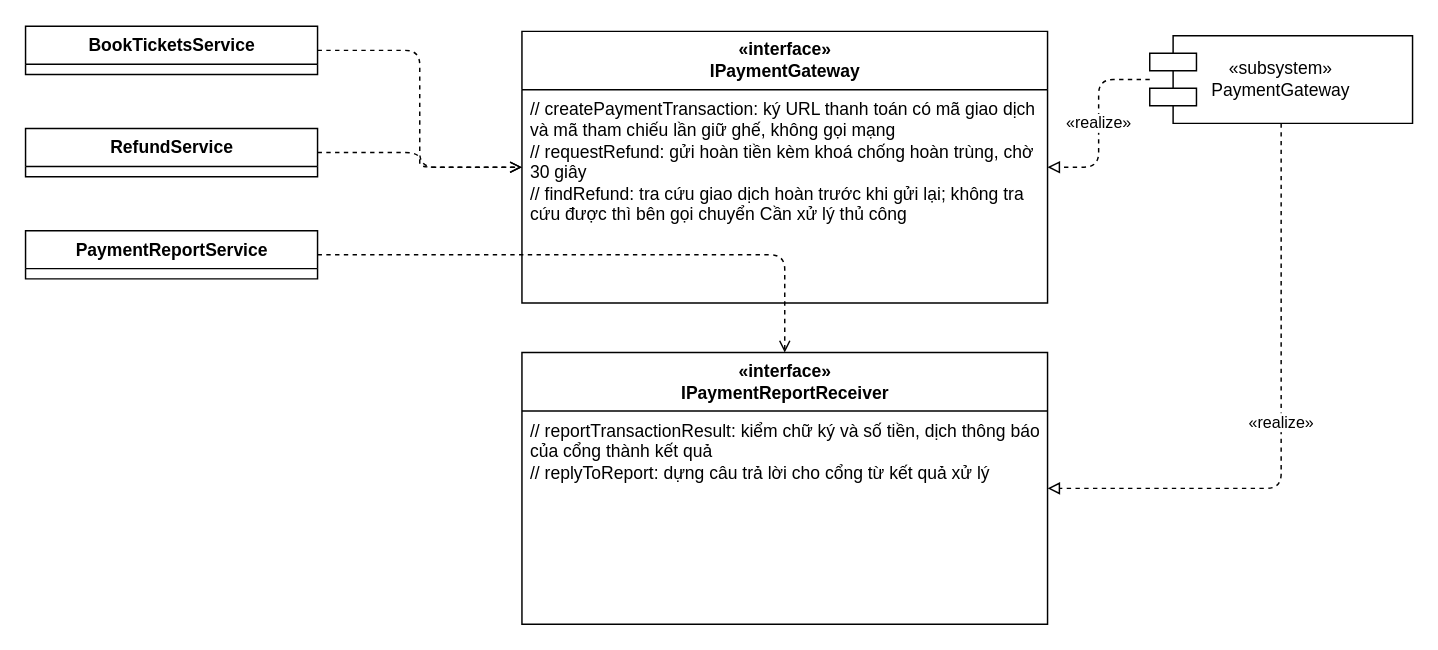
This is page "P10-subsystem-context-SS-01" (1 of 5) of design/diagrams/P10-subsystem-context.drawio from luytbq/app-dat-ve-xem-phim, a draw.io file, before an edit. Source tidied: cells renumbered, new cells numbered last; positions are measured from the earlier drawing's top-left corner, leaving out a move shared by most shapes. Both pictures are drawn from the tidied source at 146%, with x=0, y=0 at pixel (25, 26).
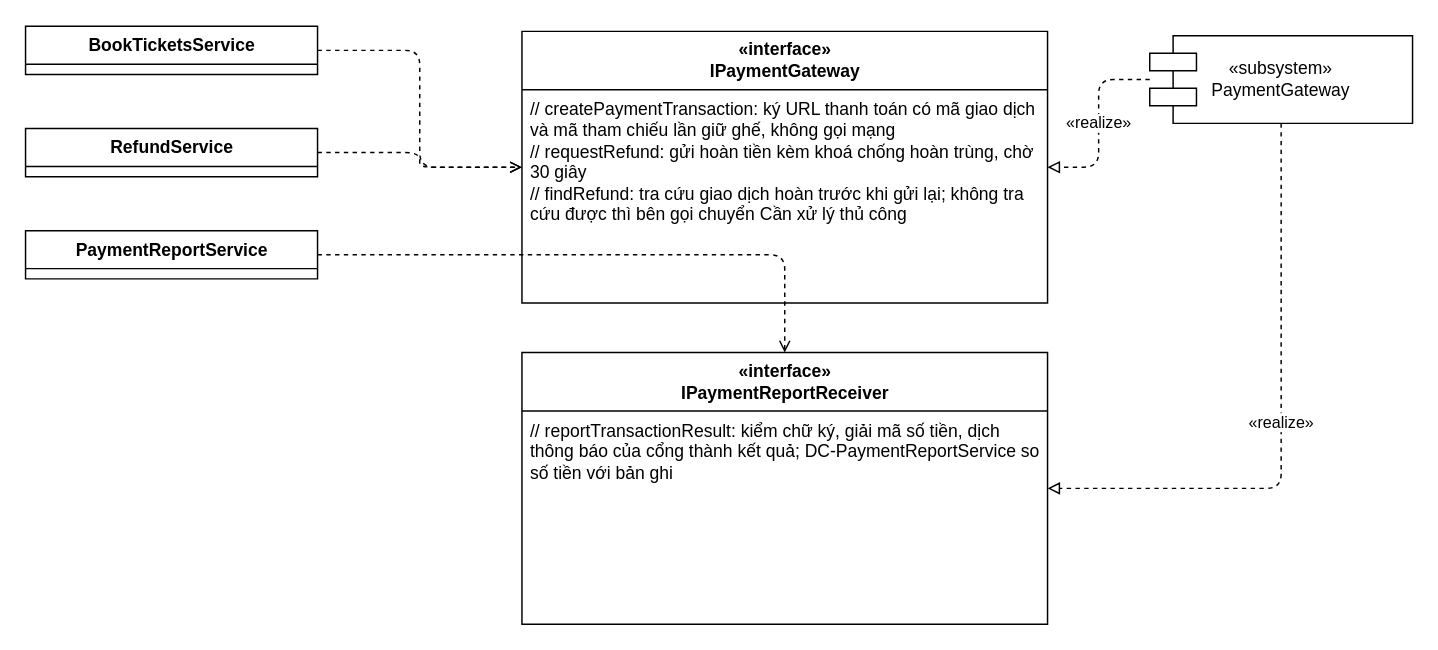
Above is the later version.

Change to the diagram source:
```diff
@@
 <mxGraphModel>
   <root>
     <mxCell id="0" />
     <mxCell id="1" parent="0" />
     <mxCell id="2" value="BookTicketsService" style="swimlane;fontStyle=1;align=center;horizontal=1;startSize=26;html=1;" parent="1" vertex="1">
       <mxGeometry y="-0.5" width="200" height="33" as="geometry" />
     </mxCell>
     <mxCell id="3" value="RefundService" style="swimlane;fontStyle=1;align=center;horizontal=1;startSize=26;html=1;" parent="1" vertex="1">
       <mxGeometry y="69.5" width="200" height="33" as="geometry" />
     </mxCell>
     <mxCell id="4" value="PaymentReportService" style="swimlane;fontStyle=1;align=center;horizontal=1;startSize=26;html=1;" parent="1" vertex="1">
       <mxGeometry y="139.5" width="200" height="33" as="geometry" />
     </mxCell>
     <mxCell id="5" value="«interface»&lt;br&gt;IPaymentGateway" style="swimlane;fontStyle=1;align=center;horizontal=1;startSize=40;html=1;" parent="1" vertex="1">
       <mxGeometry x="340" y="3" width="360" height="186" as="geometry" />
     </mxCell>
     <mxCell id="6" value="// createPaymentTransaction: ký URL thanh toán có mã giao dịch và mã tham chiếu lần giữ ghế, không gọi mạng&lt;br&gt;// requestRefund: gửi hoàn tiền kèm khoá chống hoàn trùng, chờ 30 giây&lt;br&gt;// findRefund: tra cứu giao dịch hoàn trước khi gửi lại; không tra cứu được thì bên gọi chuyển Cần xử lý thủ công" style="text;strokeColor=none;fillColor=none;align=left;verticalAlign=top;spacingLeft=4;whiteSpace=wrap;html=1;" parent="5" vertex="1">
       <mxGeometry y="40" width="360" height="146" as="geometry" />
     </mxCell>
     <mxCell id="7" value="«interface»&lt;br&gt;IPaymentReportReceiver" style="swimlane;fontStyle=1;align=center;horizontal=1;startSize=40;html=1;" parent="1" vertex="1">
       <mxGeometry x="340" y="223" width="360" height="186" as="geometry" />
     </mxCell>
-    <mxCell id="8" value="// reportTransactionResult: kiểm chữ ký và số tiền, dịch thông báo của cổng thành kết quả&lt;br&gt;// replyToReport: dựng câu trả lời cho cổng từ kết quả xử lý" style="text;strokeColor=none;fillColor=none;align=left;verticalAlign=top;spacingLeft=4;whiteSpace=wrap;html=1;" parent="7" vertex="1">
+    <mxCell id="8" value="// reportTransactionResult: kiểm chữ ký, giải mã số tiền, dịch thông báo của cổng thành kết quả; DC-PaymentReportService so số tiền với bản ghi" style="text;strokeColor=none;fillColor=none;align=left;verticalAlign=top;spacingLeft=4;whiteSpace=wrap;html=1;" parent="7" vertex="1">
       <mxGeometry y="40" width="360" height="92" as="geometry" />
     </mxCell>
     <mxCell id="9" value="«subsystem»&lt;br&gt;PaymentGateway" style="shape=component;whiteSpace=wrap;html=1;" parent="1" vertex="1">
       <mxGeometry x="770" y="6" width="180" height="60" as="geometry" />
     </mxCell>
     <mxCell id="10" value="«realize»" style="edgeStyle=orthogonalEdgeStyle;endArrow=block;endFill=0;dashed=1;html=1;" parent="1" edge="1" source="9" target="5">
       <mxGeometry relative="1" as="geometry" />
     </mxCell>
     <mxCell id="11" value="«realize»" style="edgeStyle=orthogonalEdgeStyle;endArrow=block;endFill=0;dashed=1;html=1;exitX=0.5;exitY=1;exitDx=0;exitDy=0;entryX=1;entryY=0.5;entryDx=0;entryDy=0;" parent="1" edge="1" source="9" target="7">
       <mxGeometry relative="1" as="geometry">
         <Array as="points">
           <mxPoint x="860" y="316" />
         </Array>
       </mxGeometry>
     </mxCell>
     <mxCell id="12" style="edgeStyle=orthogonalEdgeStyle;endArrow=open;dashed=1;html=1;" parent="1" edge="1" source="2" target="5">
       <mxGeometry relative="1" as="geometry" />
     </mxCell>
     <mxCell id="13" style="edgeStyle=orthogonalEdgeStyle;endArrow=open;dashed=1;html=1;" parent="1" edge="1" source="3" target="5">
       <mxGeometry relative="1" as="geometry" />
     </mxCell>
     <mxCell id="14" style="edgeStyle=orthogonalEdgeStyle;endArrow=open;dashed=1;html=1;" parent="1" edge="1" source="4" target="7">
       <mxGeometry relative="1" as="geometry" />
     </mxCell>
   </root>
 </mxGraphModel>
```
